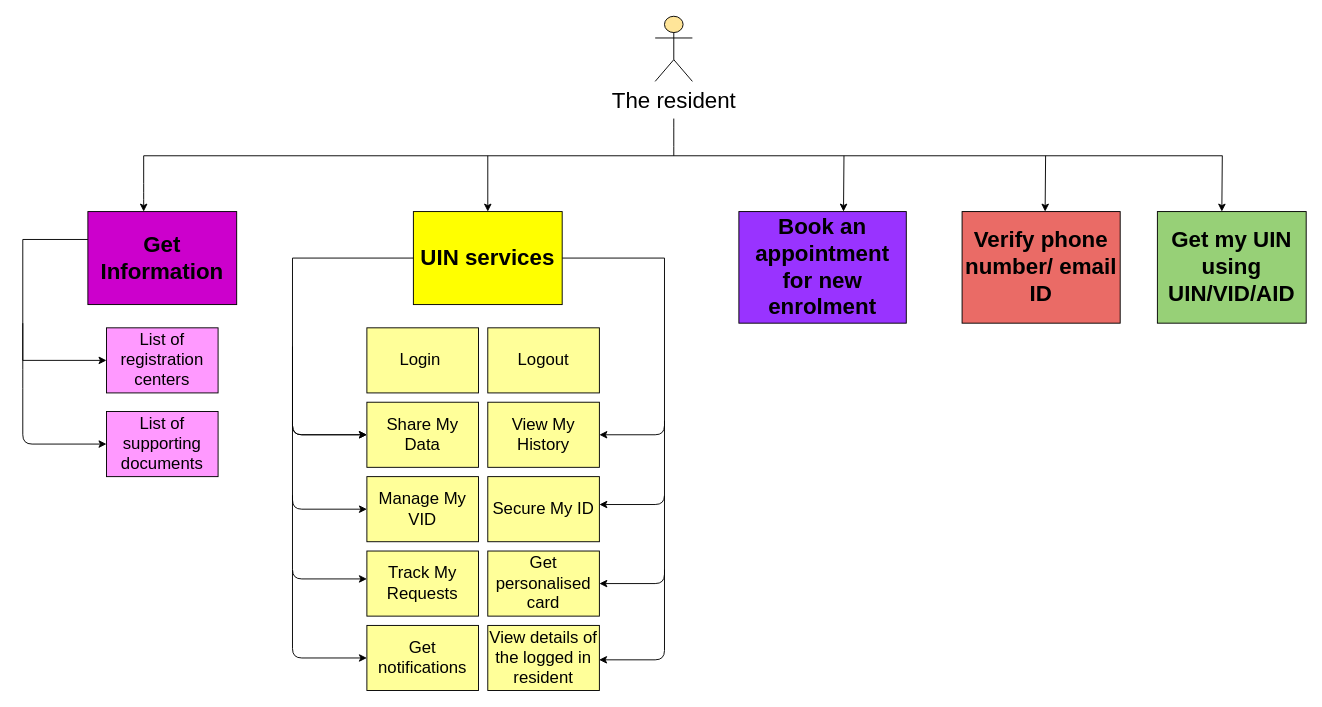
mosip/documentation keeps this draw.io diagram as docs/_images/rs-feature-list.drawio. Above is the earlier version. Source tidied: cells renumbered, new cells numbered last; positions are measured from the earlier drawing's top-left corner, leaving out a move shared by most shapes. Both pictures are drawn from the tidied source at 93%, with x=0, y=0 at pixel (22, 16).
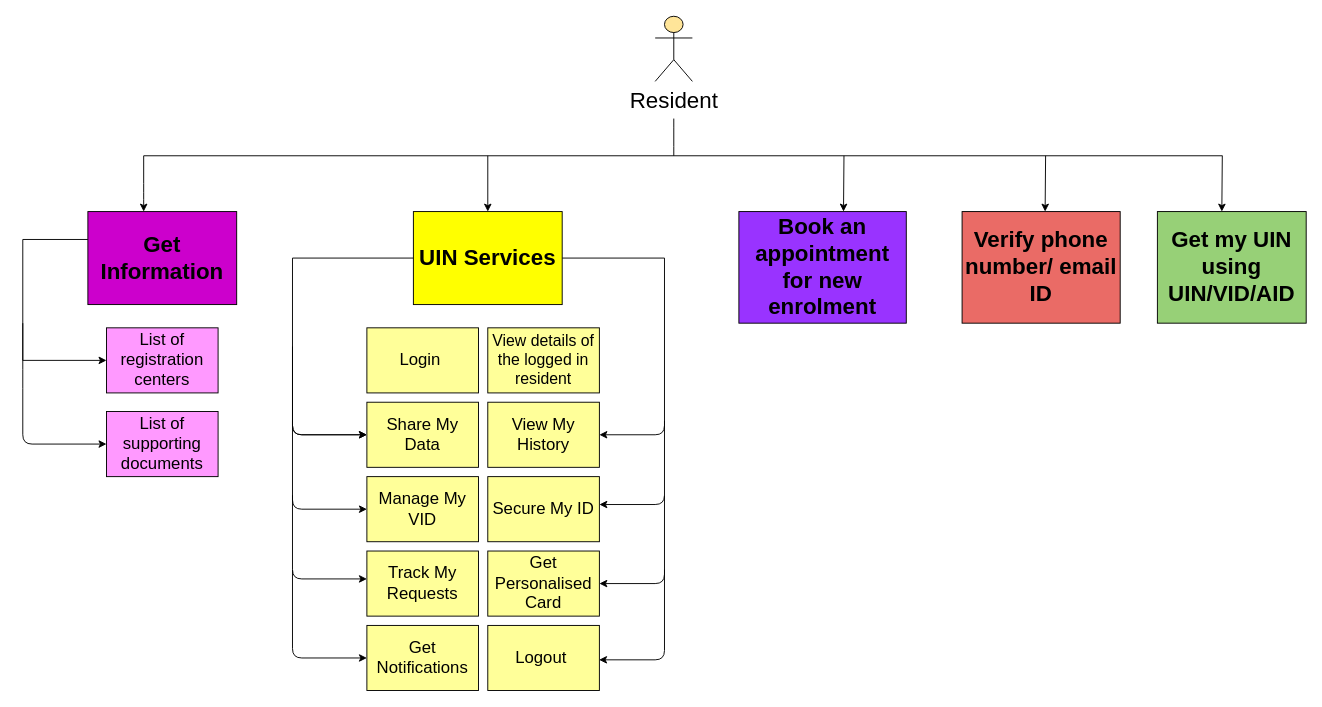
Above is the later version.

Change to the diagram source:
```diff
@@
-    <mxCell id="2" value="&lt;font style=&quot;font-size: 24px&quot;&gt;The resident&lt;/font&gt;" style="shape=umlActor;verticalLabelPosition=bottom;labelBackgroundColor=#ffffff;verticalAlign=top;html=1;fillColor=#FFE599;strokeColor=#000000;" parent="1" vertex="1">
+    <mxCell id="2" value="&lt;font style=&quot;font-size: 24px&quot;&gt;Resident&lt;/font&gt;" style="shape=umlActor;verticalLabelPosition=bottom;labelBackgroundColor=#ffffff;verticalAlign=top;html=1;fillColor=#FFE599;strokeColor=#000000;" parent="1" vertex="1">
       <mxGeometry x="680" width="40" height="70" as="geometry" />
     </mxCell>
@@
-    <mxCell id="7" value="&lt;span&gt;&lt;font style=&quot;font-size: 24px&quot;&gt;&lt;b&gt;UIN services&lt;/b&gt;&lt;/font&gt;&lt;/span&gt;" style="rounded=0;whiteSpace=wrap;html=1;fillColor=#FFFF00;" parent="1" vertex="1">
+    <mxCell id="7" value="&lt;span&gt;&lt;font style=&quot;font-size: 24px&quot;&gt;&lt;b&gt;UIN Services&lt;/b&gt;&lt;/font&gt;&lt;/span&gt;" style="rounded=0;whiteSpace=wrap;html=1;fillColor=#FFFF00;" parent="1" vertex="1">
       <mxGeometry x="420" y="210" width="160" height="100" as="geometry" />
     </mxCell>
@@
-    <mxCell id="20" value="&lt;span style=&quot;font-size: 18px;&quot;&gt;Logout&lt;/span&gt;" style="rounded=0;whiteSpace=wrap;html=1;fillColor=#FFFF99;" parent="1" vertex="1">
-      <mxGeometry x="500" y="335" width="120" height="70" as="geometry" />
-    </mxCell>
@@
-    <mxCell id="23" value="&lt;font style=&quot;font-size: 18px&quot;&gt;Get personalised card&lt;/font&gt;" style="rounded=0;whiteSpace=wrap;html=1;fillColor=#FFFF99;" parent="1" vertex="1">
+    <mxCell id="23" value="&lt;font style=&quot;font-size: 18px&quot;&gt;Get Personalised Card&lt;/font&gt;" style="rounded=0;whiteSpace=wrap;html=1;fillColor=#FFFF99;" parent="1" vertex="1">
       <mxGeometry x="500" y="575" width="120" height="70" as="geometry" />
     </mxCell>
@@
-    <mxCell id="25" value="&lt;font style=&quot;font-size: 18px&quot;&gt;Get notifications&lt;/font&gt;" style="rounded=0;whiteSpace=wrap;html=1;fillColor=#FFFF99;" parent="1" vertex="1">
+    <mxCell id="25" value="&lt;font style=&quot;font-size: 18px&quot;&gt;Get Notifications&lt;/font&gt;" style="rounded=0;whiteSpace=wrap;html=1;fillColor=#FFFF99;" parent="1" vertex="1">
       <mxGeometry x="370" y="655" width="120" height="70" as="geometry" />
     </mxCell>
-    <mxCell id="26" value="&lt;font style=&quot;font-size: 18px&quot;&gt;View details of the logged in resident&lt;/font&gt;" style="rounded=0;whiteSpace=wrap;html=1;fillColor=#FFFF99;" parent="1" vertex="1">
-      <mxGeometry x="500" y="655" width="120" height="70" as="geometry" />
-    </mxCell>
@@
+    <mxCell id="20" value="&lt;font style=&quot;font-size: 18px&quot;&gt;Logout&amp;nbsp;&lt;/font&gt;" style="rounded=0;whiteSpace=wrap;html=1;fillColor=#FFFF99;" parent="1" vertex="1">
+      <mxGeometry x="500" y="655" width="120" height="70" as="geometry" />
+    </mxCell>
+    <mxCell id="26" value="View details of the logged in resident" style="rounded=0;whiteSpace=wrap;html=1;fillColor=#FFFF99;strokeColor=#000000;fontSize=17;" parent="1" vertex="1">
+      <mxGeometry x="500" y="335" width="120" height="70" as="geometry" />
+    </mxCell>
```
